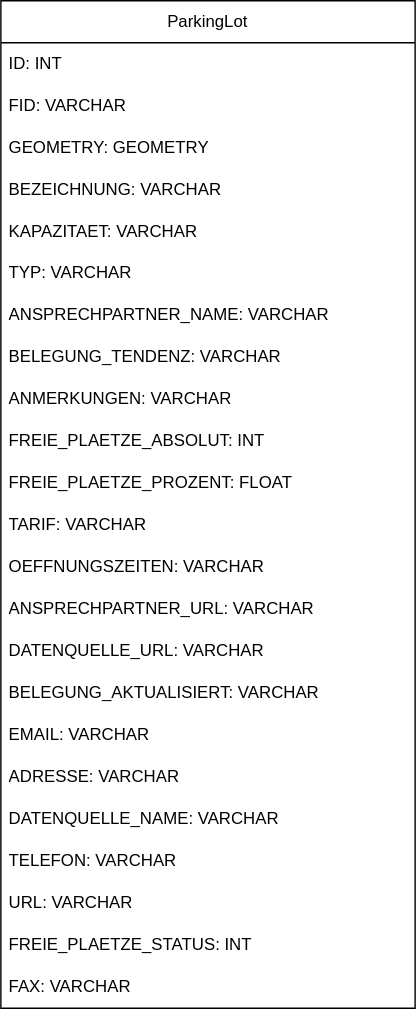
Above: diagrams/database-relationship.drawio.svg in Wuts0n/trafficon-application-exercise (draw.io), before the change. Source tidied: cells renumbered, new cells last; positions are measured from the earlier drawing's top-left corner, leaving out a move shared by most shapes.
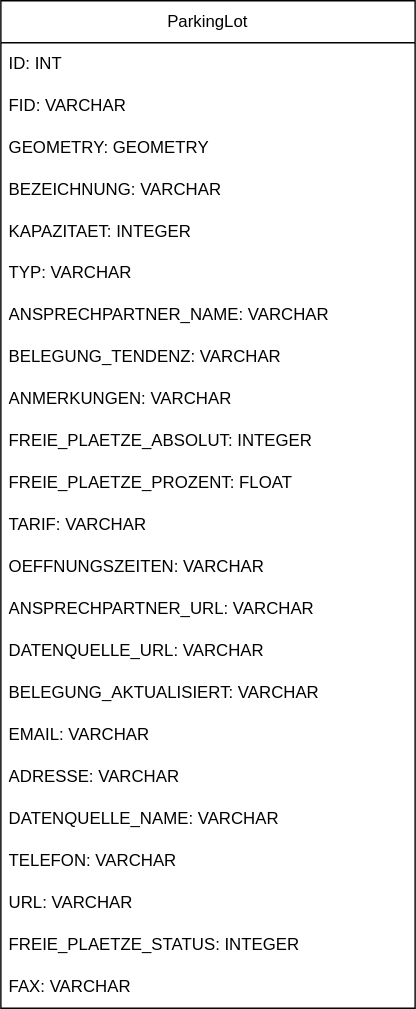
The same diagram one commit later.

Commit message:
change Kapazitaet to Integer

The edit, as a diff of the source:
```diff
@@ -17,7 +17,7 @@
     <mxCell id="6" value="BEZEICHNUNG: VARCHAR" style="text;strokeColor=none;fillColor=none;align=left;verticalAlign=middle;spacingLeft=4;spacingRight=4;overflow=hidden;whiteSpace=wrap;html=1;" parent="2" vertex="1">
       <mxGeometry y="120" width="296" height="30" as="geometry" />
     </mxCell>
-    <mxCell id="7" value="KAPAZITAET: VARCHAR" style="text;strokeColor=none;fillColor=none;align=left;verticalAlign=middle;spacingLeft=4;spacingRight=4;overflow=hidden;whiteSpace=wrap;html=1;" parent="2" vertex="1">
+    <mxCell id="7" value="KAPAZITAET: INTEGER" style="text;strokeColor=none;fillColor=none;align=left;verticalAlign=middle;spacingLeft=4;spacingRight=4;overflow=hidden;whiteSpace=wrap;html=1;" parent="2" vertex="1">
       <mxGeometry y="150" width="296" height="30" as="geometry" />
     </mxCell>
     <mxCell id="8" value="TYP: VARCHAR" style="text;strokeColor=none;fillColor=none;align=left;verticalAlign=middle;spacingLeft=4;spacingRight=4;overflow=hidden;whiteSpace=wrap;html=1;" parent="2" vertex="1">
@@ -32,7 +32,7 @@
     <mxCell id="11" value="ANMERKUNGEN: VARCHAR" style="text;strokeColor=none;fillColor=none;align=left;verticalAlign=middle;spacingLeft=4;spacingRight=4;overflow=hidden;whiteSpace=wrap;html=1;" parent="2" vertex="1">
       <mxGeometry y="270" width="296" height="30" as="geometry" />
     </mxCell>
-    <mxCell id="12" value="FREIE_PLAETZE_ABSOLUT: INT" style="text;strokeColor=none;fillColor=none;align=left;verticalAlign=middle;spacingLeft=4;spacingRight=4;overflow=hidden;whiteSpace=wrap;html=1;" parent="2" vertex="1">
+    <mxCell id="12" value="FREIE_PLAETZE_ABSOLUT: INTEGER" style="text;strokeColor=none;fillColor=none;align=left;verticalAlign=middle;spacingLeft=4;spacingRight=4;overflow=hidden;whiteSpace=wrap;html=1;" parent="2" vertex="1">
       <mxGeometry y="300" width="296" height="30" as="geometry" />
     </mxCell>
     <mxCell id="13" value="FREIE_PLAETZE_PROZENT: FLOAT" style="text;strokeColor=none;fillColor=none;align=left;verticalAlign=middle;spacingLeft=4;spacingRight=4;overflow=hidden;whiteSpace=wrap;html=1;" parent="2" vertex="1">
@@ -68,7 +68,7 @@
     <mxCell id="23" value="URL: VARCHAR" style="text;strokeColor=none;fillColor=none;align=left;verticalAlign=middle;spacingLeft=4;spacingRight=4;overflow=hidden;whiteSpace=wrap;html=1;" parent="2" vertex="1">
       <mxGeometry y="630" width="296" height="30" as="geometry" />
     </mxCell>
-    <mxCell id="24" value="FREIE_PLAETZE_STATUS: INT" style="text;strokeColor=none;fillColor=none;align=left;verticalAlign=middle;spacingLeft=4;spacingRight=4;overflow=hidden;whiteSpace=wrap;html=1;" parent="2" vertex="1">
+    <mxCell id="24" value="FREIE_PLAETZE_STATUS: INTEGER" style="text;strokeColor=none;fillColor=none;align=left;verticalAlign=middle;spacingLeft=4;spacingRight=4;overflow=hidden;whiteSpace=wrap;html=1;" parent="2" vertex="1">
       <mxGeometry y="660" width="296" height="30" as="geometry" />
     </mxCell>
     <mxCell id="25" value="FAX: VARCHAR" style="text;strokeColor=none;fillColor=none;align=left;verticalAlign=middle;spacingLeft=4;spacingRight=4;overflow=hidden;whiteSpace=wrap;html=1;" parent="2" vertex="1">
```
